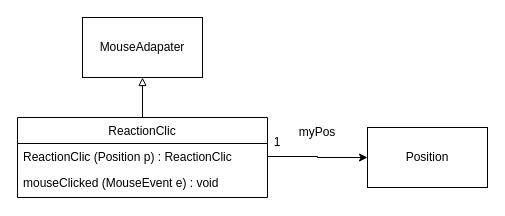
Earlier version of the draw.io diagram ressources/ReactionClic.drawio (SushiAtomiqueUPS/PCII_ProjetTutore). Source tidied: cells renumbered, new cells numbered last; positions are measured from the earlier drawing's top-left corner, leaving out a move shared by most shapes. Both pictures are drawn from the tidied source at 100%, with x=0, y=0 at pixel (17, 17).
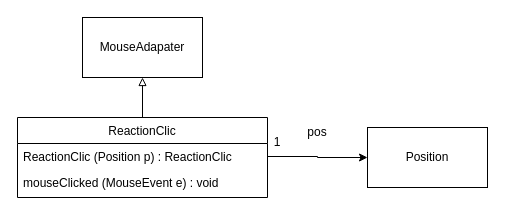
The same page after the edit.

The edit, as a diff of the source:
```diff
@@
 <mxGraphModel>
   <root>
     <mxCell id="0" />
     <mxCell id="1" parent="0" />
     <mxCell id="2" style="edgeStyle=orthogonalEdgeStyle;rounded=0;jettySize=auto;html=1;endArrow=block;endFill=0;" parent="1" edge="1" source="3" target="7">
       <mxGeometry relative="1" as="geometry" />
     </mxCell>
     <mxCell id="3" value="ReactionClic" style="swimlane;fontStyle=0;align=center;verticalAlign=top;horizontal=1;startSize=26;rounded=0;shadow=0;strokeWidth=1;" parent="1" vertex="1">
       <mxGeometry y="100" width="250" height="80" as="geometry" />
     </mxCell>
     <mxCell id="4" value="ReactionClic (Position p) : ReactionClic" style="text;align=left;verticalAlign=top;spacingLeft=4;spacingRight=4;overflow=hidden;points=[[0,0.5],[1,0.5]];portConstraint=eastwest;" parent="3" vertex="1">
       <mxGeometry y="26" width="250" height="26" as="geometry" />
     </mxCell>
     <mxCell id="5" value="mouseClicked (MouseEvent e) : void" style="text;align=left;verticalAlign=top;spacingLeft=4;spacingRight=4;overflow=hidden;rounded=0;shadow=0;html=0;" parent="3" vertex="1">
       <mxGeometry y="52" width="250" height="26" as="geometry" />
     </mxCell>
     <mxCell id="6" value="Position" style="rounded=0;whiteSpace=wrap;html=1;" parent="1" vertex="1">
       <mxGeometry x="350" y="110" width="120" height="60" as="geometry" />
     </mxCell>
     <mxCell id="7" value="MouseAdapater" style="rounded=0;whiteSpace=wrap;html=1;" parent="1" vertex="1">
       <mxGeometry x="65" width="120" height="60" as="geometry" />
     </mxCell>
     <mxCell id="8" style="edgeStyle=orthogonalEdgeStyle;rounded=0;jettySize=auto;html=1;exitX=1;exitY=0.5;exitDx=0;exitDy=0;entryX=0;entryY=0.5;entryDx=0;entryDy=0;" parent="1" edge="1" source="4" target="6">
       <mxGeometry relative="1" as="geometry" />
     </mxCell>
-    <mxCell id="9" value="myPos" style="text;html=1;strokeColor=none;fillColor=none;align=center;verticalAlign=middle;whiteSpace=wrap;rounded=0;" parent="1" vertex="1">
+    <mxCell id="9" value="pos" style="text;html=1;strokeColor=none;fillColor=none;align=center;verticalAlign=middle;whiteSpace=wrap;rounded=0;" parent="1" vertex="1">
       <mxGeometry x="270" y="100" width="60" height="30" as="geometry" />
     </mxCell>
     <mxCell id="10" value="1" style="text;html=1;strokeColor=none;fillColor=none;align=center;verticalAlign=middle;whiteSpace=wrap;rounded=0;" parent="1" vertex="1">
       <mxGeometry x="230" y="110" width="60" height="30" as="geometry" />
     </mxCell>
   </root>
 </mxGraphModel>
```
